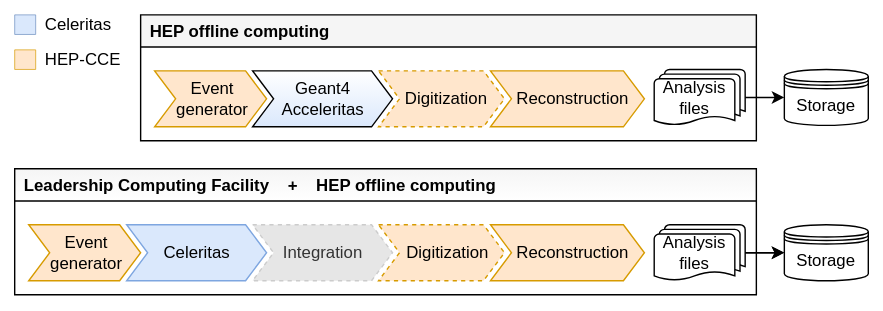
The draw.io diagram graphs/celeritas_integration.svg in simbarras/celeritas-docs, before a commit. Source tidied: cells renumbered, new cells last; positions are measured from the earlier drawing's top-left corner, leaving out a move shared by most shapes.
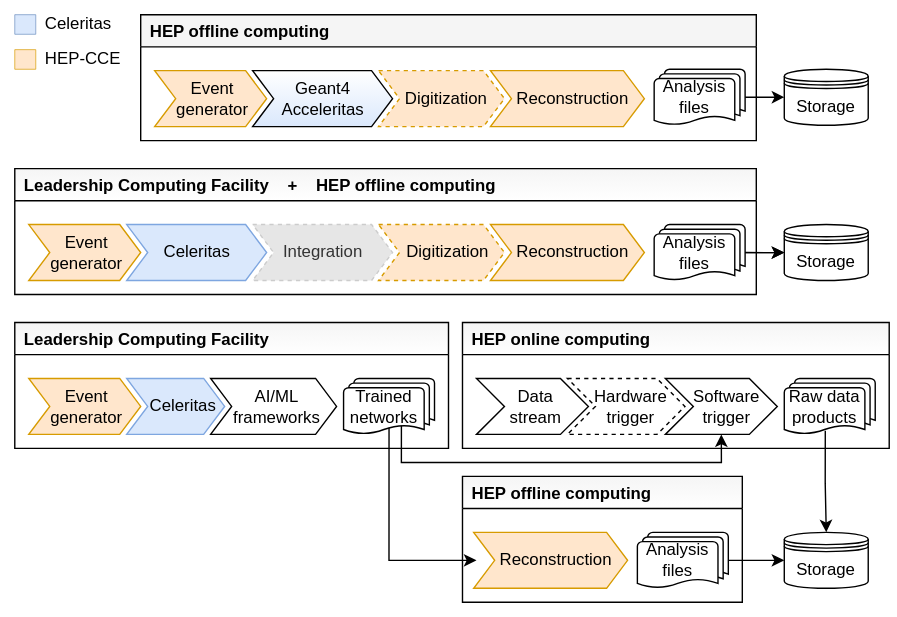
The same diagram one commit later.

Commit message:
Update celeritas workflow diagrams

Change to the diagram source:
```diff
@@ -2,6 +2,9 @@
   <root>
     <mxCell id="0" />
     <mxCell id="1" parent="0" />
+    <mxCell id="25" style="whiteSpace=wrap;html=1;fillColor=none;strokeColor=none;" parent="1" vertex="1">
+      <mxGeometry width="640" height="440" as="geometry" />
+    </mxCell>
     <mxCell id="2" value="Celeritas" style="text;html=1;strokeColor=none;fillColor=none;align=left;verticalAlign=middle;whiteSpace=wrap;rounded=0;spacingLeft=5;fontSize=12;" parent="1" vertex="1">
       <mxGeometry x="25" y="10" width="55" height="14" as="geometry" />
     </mxCell>
@@ -68,8 +71,69 @@
     <mxCell id="23" style="verticalLabelPosition=bottom;verticalAlign=top;html=1;shape=mxgraph.basic.rect;fillColor2=none;strokeWidth=0.5;size=4.43;indent=5;shadow=0;sketch=0;fontSize=15;fillColor=#ffe6cc;strokeColor=#d79b00;" parent="1" vertex="1">
       <mxGeometry x="10" y="35" width="15" height="14" as="geometry" />
     </mxCell>
-    <mxCell id="24" style="rounded=0;whiteSpace=wrap;html=1;fillColor=none;strokeColor=none;" parent="1" vertex="1">
-      <mxGeometry width="630" height="220" as="geometry" />
-    </mxCell>
+    <mxCell id="26" value="Leadership Computing Facility" style="swimlane;strokeWidth=1;fillColor=#f5f5f5;align=left;fontColor=#000000;strokeColor=#000000;spacingLeft=5;strokeOpacity=100;gradientColor=#ffffff;swimlaneFillColor=none;" parent="1" vertex="1">
+      <mxGeometry x="10" y="230" width="310" height="90" as="geometry" />
+    </mxCell>
+    <mxCell id="27" value="Celeritas" style="html=1;shadow=0;dashed=0;align=center;verticalAlign=middle;shape=mxgraph.arrows2.arrow;dy=0;dx=15;notch=15;direction=east;spacingRight=0;fillColor=#dae8fc;spacingLeft=10;strokeColor=#7EA6E0;gradientColor=none;gradientDirection=north;" parent="26" vertex="1">
+      <mxGeometry x="80" y="40" width="70" height="40" as="geometry" />
+    </mxCell>
+    <mxCell id="28" value="Event&lt;br&gt;generator" style="html=1;shadow=0;dashed=0;align=center;verticalAlign=middle;shape=mxgraph.arrows2.arrow;dy=0;dx=15;notch=15;direction=east;spacingRight=0;spacingLeft=2;fillColor=#ffe6cc;strokeColor=#d79b00;" parent="26" vertex="1">
+      <mxGeometry x="10" y="40" width="80" height="40" as="geometry" />
+    </mxCell>
+    <mxCell id="29" value="Trained&lt;br&gt;networks" style="strokeWidth=1;html=1;shape=mxgraph.flowchart.multi-document;whiteSpace=wrap;align=center;spacingRight=7;" parent="26" vertex="1">
+      <mxGeometry x="235" y="40" width="65" height="40" as="geometry" />
+    </mxCell>
+    <mxCell id="30" value="AI/ML&lt;br&gt;frameworks" style="html=1;shadow=0;align=center;verticalAlign=middle;shape=mxgraph.arrows2.arrow;dy=0;dx=15;notch=15;direction=east;spacingRight=0;spacingLeft=4;gradientDirection=north;spacing=2;" parent="26" vertex="1">
+      <mxGeometry x="140" y="40" width="90" height="40" as="geometry" />
+    </mxCell>
+    <mxCell id="31" value="HEP online computing" style="swimlane;strokeWidth=1;fillColor=#f5f5f5;align=left;fontColor=#000000;strokeColor=#000000;spacingLeft=5;strokeOpacity=100;gradientColor=#ffffff;swimlaneFillColor=none;" parent="1" vertex="1">
+      <mxGeometry x="330" y="230" width="305" height="90" as="geometry" />
+    </mxCell>
+    <mxCell id="32" value="Raw data&lt;br&gt;products" style="strokeWidth=1;html=1;shape=mxgraph.flowchart.multi-document;whiteSpace=wrap;align=center;spacingRight=7;" parent="31" vertex="1">
+      <mxGeometry x="230" y="40" width="65" height="40" as="geometry" />
+    </mxCell>
+    <mxCell id="33" value="Software&lt;br&gt;trigger" style="shape=step;perimeter=stepPerimeter;whiteSpace=wrap;html=1;fixedSize=1;align=center;spacingLeft=8;" parent="31" vertex="1">
+      <mxGeometry x="145" y="40" width="80" height="40" as="geometry" />
+    </mxCell>
+    <mxCell id="34" value="Data&lt;br&gt;stream" style="shape=step;perimeter=stepPerimeter;whiteSpace=wrap;html=1;fixedSize=1;align=center;spacingLeft=5;" parent="31" vertex="1">
+      <mxGeometry x="10" y="40" width="80" height="40" as="geometry" />
+    </mxCell>
+    <mxCell id="35" value="Hardware&lt;br&gt;trigger" style="shape=step;perimeter=stepPerimeter;whiteSpace=wrap;html=1;fixedSize=1;align=center;spacingLeft=7;dashed=1;" parent="31" vertex="1">
+      <mxGeometry x="75" y="40" width="84" height="40" as="geometry" />
+    </mxCell>
+    <mxCell id="36" value="HEP offline computing" style="swimlane;strokeWidth=1;fillColor=#f5f5f5;align=left;fontColor=#000000;strokeColor=#000000;spacingLeft=5;strokeOpacity=100;gradientColor=#ffffff;swimlaneFillColor=none;" parent="1" vertex="1">
+      <mxGeometry x="330" y="340" width="200" height="90" as="geometry" />
+    </mxCell>
+    <mxCell id="37" value="Analysis files" style="strokeWidth=1;html=1;shape=mxgraph.flowchart.multi-document;whiteSpace=wrap;align=center;spacingRight=7;" parent="36" vertex="1">
+      <mxGeometry x="125" y="40" width="65" height="40" as="geometry" />
+    </mxCell>
+    <mxCell id="38" value="Reconstruction" style="html=1;shadow=0;dashed=0;align=right;verticalAlign=middle;shape=mxgraph.arrows2.arrow;dy=0;dx=15;notch=15;direction=east;spacingLeft=0;spacingRight=10;fillColor=#ffe6cc;strokeColor=#d79b00;" parent="36" vertex="1">
+      <mxGeometry x="8" y="40" width="110" height="40" as="geometry" />
+    </mxCell>
+    <mxCell id="39" value="Storage" style="shape=datastore;whiteSpace=wrap;html=1;" parent="1" vertex="1">
+      <mxGeometry x="560" y="380" width="60" height="40" as="geometry" />
+    </mxCell>
+    <mxCell id="40" style="edgeStyle=orthogonalEdgeStyle;rounded=0;jettySize=auto;html=1;exitX=0.636;exitY=0.844;exitDx=0;exitDy=0;exitPerimeter=0;strokeWidth=1;entryX=0.5;entryY=1;entryDx=0;entryDy=0;" parent="1" edge="1" source="29" target="33">
+      <mxGeometry relative="1" as="geometry">
+        <Array as="points">
+          <mxPoint x="286" y="330" />
+          <mxPoint x="515" y="330" />
+        </Array>
+      </mxGeometry>
+    </mxCell>
+    <mxCell id="41" style="edgeStyle=orthogonalEdgeStyle;rounded=0;jettySize=auto;html=1;strokeWidth=1;exitX=0.5;exitY=0.88;exitDx=0;exitDy=0;exitPerimeter=0;" parent="1" edge="1" source="29">
+      <mxGeometry relative="1" as="geometry">
+        <mxPoint x="340" y="400" as="targetPoint" />
+        <Array as="points">
+          <mxPoint x="278" y="400" />
+        </Array>
+      </mxGeometry>
+    </mxCell>
+    <mxCell id="42" style="edgeStyle=orthogonalEdgeStyle;rounded=0;jettySize=auto;html=1;" parent="1" edge="1" source="37" target="39">
+      <mxGeometry relative="1" as="geometry" />
+    </mxCell>
+    <mxCell id="43" style="edgeStyle=orthogonalEdgeStyle;rounded=0;jettySize=auto;html=1;exitX=0.451;exitY=0.934;exitDx=0;exitDy=0;exitPerimeter=0;" parent="1" edge="1" source="32" target="39">
+      <mxGeometry relative="1" as="geometry" />
+    </mxCell>
   </root>
 </mxGraphModel>
```
